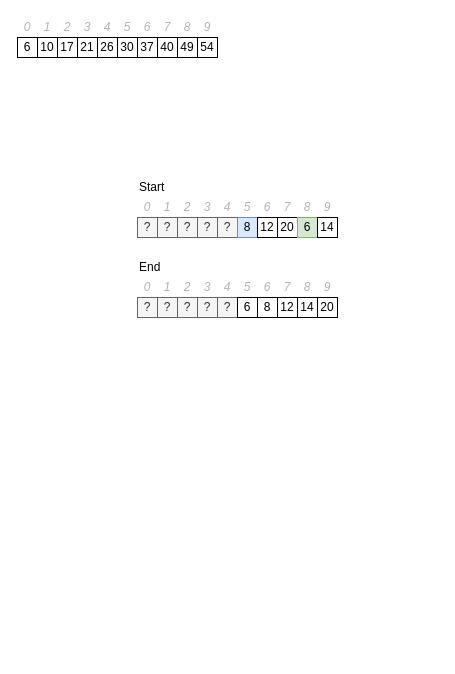
Above: external/images/searchSort.drawio in ascholerChemeketa/welcomeprogramming (draw.io), before the change. Source tidied: cells renumbered, new cells numbered last; positions are measured from the earlier drawing's top-left corner, leaving out a move shared by most shapes. Both pictures are drawn from the tidied source at 100%, with x=0, y=0 at pixel (17, 17).
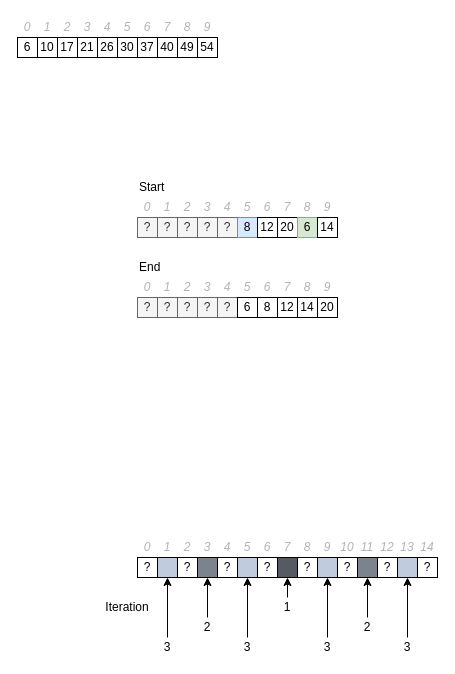
After the change.

The edit, as a diff of the source:
```diff
@@
+    <mxCell id="82" value="0" style="text;html=1;strokeColor=none;fillColor=none;align=center;verticalAlign=middle;whiteSpace=wrap;rounded=0;fontColor=#B3B3B3;fontStyle=2;" parent="1" vertex="1">
+      <mxGeometry x="120" y="520" width="20" height="20" as="geometry" />
+    </mxCell>
+    <mxCell id="83" value="2" style="text;html=1;strokeColor=none;fillColor=none;align=center;verticalAlign=middle;whiteSpace=wrap;rounded=0;fontColor=#B3B3B3;fontStyle=2;" parent="1" vertex="1">
+      <mxGeometry x="160" y="520" width="20" height="20" as="geometry" />
+    </mxCell>
+    <mxCell id="84" value="1" style="text;html=1;strokeColor=none;fillColor=none;align=center;verticalAlign=middle;whiteSpace=wrap;rounded=0;fontColor=#B3B3B3;fontStyle=2;" parent="1" vertex="1">
+      <mxGeometry x="140" y="520" width="20" height="20" as="geometry" />
+    </mxCell>
+    <mxCell id="85" value="3" style="text;html=1;strokeColor=none;fillColor=none;align=center;verticalAlign=middle;whiteSpace=wrap;rounded=0;fontColor=#B3B3B3;fontStyle=2;" parent="1" vertex="1">
+      <mxGeometry x="180" y="520" width="20" height="20" as="geometry" />
+    </mxCell>
+    <mxCell id="86" value="?" style="rounded=0;whiteSpace=wrap;html=1;fillColor=none;" parent="1" vertex="1">
+      <mxGeometry x="120" y="540" width="20" height="20" as="geometry" />
+    </mxCell>
+    <mxCell id="87" value="?" style="rounded=0;whiteSpace=wrap;html=1;fillColor=none;" parent="1" vertex="1">
+      <mxGeometry x="160" y="540" width="20" height="20" as="geometry" />
+    </mxCell>
+    <mxCell id="88" style="rounded=0;whiteSpace=wrap;html=1;fillColor=#C0CBDE;" parent="1" vertex="1">
+      <mxGeometry x="140" y="540" width="20" height="20" as="geometry" />
+    </mxCell>
+    <mxCell id="89" style="rounded=0;whiteSpace=wrap;html=1;fillColor=#7C838F;" parent="1" vertex="1">
+      <mxGeometry x="180" y="540" width="20" height="20" as="geometry" />
+    </mxCell>
+    <mxCell id="90" style="group;" parent="1" vertex="1">
+      <mxGeometry x="200" y="520" width="20" height="40" as="geometry" />
+    </mxCell>
+    <mxCell id="91" value="4" style="text;html=1;strokeColor=none;fillColor=none;align=center;verticalAlign=middle;whiteSpace=wrap;rounded=0;fontColor=#B3B3B3;fontStyle=2;" parent="90" vertex="1">
+      <mxGeometry width="20" height="20" as="geometry" />
+    </mxCell>
+    <mxCell id="92" value="?" style="rounded=0;whiteSpace=wrap;html=1;fillColor=none;" parent="90" vertex="1">
+      <mxGeometry y="20" width="20" height="20" as="geometry" />
+    </mxCell>
+    <mxCell id="93" style="group;" parent="1" vertex="1">
+      <mxGeometry x="220" y="520" width="20" height="40" as="geometry" />
+    </mxCell>
+    <mxCell id="94" value="5" style="text;html=1;strokeColor=none;fillColor=none;align=center;verticalAlign=middle;whiteSpace=wrap;rounded=0;fontColor=#B3B3B3;fontStyle=2;" parent="93" vertex="1">
+      <mxGeometry width="20" height="20" as="geometry" />
+    </mxCell>
+    <mxCell id="95" style="rounded=0;whiteSpace=wrap;html=1;fillColor=#C0CBDE;" parent="93" vertex="1">
+      <mxGeometry y="20" width="20" height="20" as="geometry" />
+    </mxCell>
+    <mxCell id="96" style="group;" parent="1" vertex="1">
+      <mxGeometry x="240" y="520" width="20" height="40" as="geometry" />
+    </mxCell>
+    <mxCell id="97" value="6" style="text;html=1;strokeColor=none;fillColor=none;align=center;verticalAlign=middle;whiteSpace=wrap;rounded=0;fontColor=#B3B3B3;fontStyle=2;" parent="96" vertex="1">
+      <mxGeometry width="20" height="20" as="geometry" />
+    </mxCell>
+    <mxCell id="98" value="?" style="rounded=0;whiteSpace=wrap;html=1;fillColor=none;" parent="96" vertex="1">
+      <mxGeometry y="20" width="20" height="20" as="geometry" />
+    </mxCell>
+    <mxCell id="99" style="group;" parent="1" vertex="1">
+      <mxGeometry x="260" y="520" width="20" height="40" as="geometry" />
+    </mxCell>
+    <mxCell id="100" value="7" style="text;html=1;strokeColor=none;fillColor=none;align=center;verticalAlign=middle;whiteSpace=wrap;rounded=0;fontColor=#B3B3B3;fontStyle=2;" parent="99" vertex="1">
+      <mxGeometry width="20" height="20" as="geometry" />
+    </mxCell>
+    <mxCell id="101" style="rounded=0;whiteSpace=wrap;html=1;fillColor=#565B63;strokeColor=#000000;" parent="99" vertex="1">
+      <mxGeometry y="20" width="20" height="20" as="geometry" />
+    </mxCell>
+    <mxCell id="102" style="group;" parent="1" vertex="1">
+      <mxGeometry x="280" y="520" width="20" height="40" as="geometry" />
+    </mxCell>
+    <mxCell id="103" value="8" style="text;html=1;strokeColor=none;fillColor=none;align=center;verticalAlign=middle;whiteSpace=wrap;rounded=0;fontColor=#B3B3B3;fontStyle=2;" parent="102" vertex="1">
+      <mxGeometry width="20" height="20" as="geometry" />
+    </mxCell>
+    <mxCell id="104" value="?" style="rounded=0;whiteSpace=wrap;html=1;fillColor=none;" parent="102" vertex="1">
+      <mxGeometry y="20" width="20" height="20" as="geometry" />
+    </mxCell>
+    <mxCell id="105" style="group;" parent="1" vertex="1">
+      <mxGeometry x="300" y="520" width="20" height="40" as="geometry" />
+    </mxCell>
+    <mxCell id="106" value="9" style="text;html=1;strokeColor=none;fillColor=none;align=center;verticalAlign=middle;whiteSpace=wrap;rounded=0;fontColor=#B3B3B3;fontStyle=2;" parent="105" vertex="1">
+      <mxGeometry width="20" height="20" as="geometry" />
+    </mxCell>
+    <mxCell id="107" style="rounded=0;whiteSpace=wrap;html=1;fillColor=#C0CBDE;" parent="105" vertex="1">
+      <mxGeometry y="20" width="20" height="20" as="geometry" />
+    </mxCell>
+    <mxCell id="108" style="group;" parent="1" vertex="1">
+      <mxGeometry x="320" y="520" width="20" height="40" as="geometry" />
+    </mxCell>
+    <mxCell id="109" value="10" style="text;html=1;strokeColor=none;fillColor=none;align=center;verticalAlign=middle;whiteSpace=wrap;rounded=0;fontColor=#B3B3B3;fontStyle=2;" parent="108" vertex="1">
+      <mxGeometry width="20" height="20" as="geometry" />
+    </mxCell>
+    <mxCell id="110" value="?" style="rounded=0;whiteSpace=wrap;html=1;fillColor=none;" parent="108" vertex="1">
+      <mxGeometry y="20" width="20" height="20" as="geometry" />
+    </mxCell>
+    <mxCell id="111" style="group;fillColor=default;" parent="1" vertex="1">
+      <mxGeometry x="340" y="520" width="20" height="40" as="geometry" />
+    </mxCell>
+    <mxCell id="112" value="11" style="text;html=1;strokeColor=none;fillColor=none;align=center;verticalAlign=middle;whiteSpace=wrap;rounded=0;fontColor=#B3B3B3;fontStyle=2;" parent="111" vertex="1">
+      <mxGeometry width="20" height="20" as="geometry" />
+    </mxCell>
+    <mxCell id="113" style="rounded=0;whiteSpace=wrap;html=1;fillColor=#7C838F;" parent="111" vertex="1">
+      <mxGeometry y="20" width="20" height="20" as="geometry" />
+    </mxCell>
+    <mxCell id="114" style="group;" parent="1" vertex="1">
+      <mxGeometry x="360" y="520" width="20" height="40" as="geometry" />
+    </mxCell>
+    <mxCell id="115" value="12" style="text;html=1;strokeColor=none;fillColor=none;align=center;verticalAlign=middle;whiteSpace=wrap;rounded=0;fontColor=#B3B3B3;fontStyle=2;" parent="114" vertex="1">
+      <mxGeometry width="20" height="20" as="geometry" />
+    </mxCell>
+    <mxCell id="116" value="?" style="rounded=0;whiteSpace=wrap;html=1;fillColor=none;" parent="114" vertex="1">
+      <mxGeometry y="20" width="20" height="20" as="geometry" />
+    </mxCell>
+    <mxCell id="117" style="group;" parent="1" vertex="1">
+      <mxGeometry x="380" y="520" width="20" height="40" as="geometry" />
+    </mxCell>
+    <mxCell id="118" value="13" style="text;html=1;strokeColor=none;fillColor=none;align=center;verticalAlign=middle;whiteSpace=wrap;rounded=0;fontColor=#B3B3B3;fontStyle=2;" parent="117" vertex="1">
+      <mxGeometry width="20" height="20" as="geometry" />
+    </mxCell>
+    <mxCell id="119" style="rounded=0;whiteSpace=wrap;html=1;fillColor=#C0CBDE;" parent="117" vertex="1">
+      <mxGeometry y="20" width="20" height="20" as="geometry" />
+    </mxCell>
+    <mxCell id="120" style="group;" parent="1" vertex="1">
+      <mxGeometry x="400" y="520" width="20" height="40" as="geometry" />
+    </mxCell>
+    <mxCell id="121" value="14" style="text;html=1;strokeColor=none;fillColor=none;align=center;verticalAlign=middle;whiteSpace=wrap;rounded=0;fontColor=#B3B3B3;fontStyle=2;" parent="120" vertex="1">
+      <mxGeometry width="20" height="20" as="geometry" />
+    </mxCell>
+    <mxCell id="122" value="?" style="rounded=0;whiteSpace=wrap;html=1;fillColor=none;" parent="120" vertex="1">
+      <mxGeometry y="20" width="20" height="20" as="geometry" />
+    </mxCell>
+    <mxCell id="123" style="endArrow=classic;html=1;rounded=0;entryX=0.5;entryY=1;entryDx=0;entryDy=0;" parent="1" edge="1" target="101">
+      <mxGeometry relative="1" as="geometry">
+        <mxPoint x="270" y="580" as="sourcePoint" />
+      </mxGeometry>
+    </mxCell>
+    <mxCell id="124" value="1" style="text;html=1;align=center;verticalAlign=middle;whiteSpace=wrap;rounded=0;" parent="1" vertex="1">
+      <mxGeometry x="260" y="580" width="20" height="20" as="geometry" />
+    </mxCell>
+    <mxCell id="125" style="endArrow=classic;html=1;rounded=0;entryX=0.5;entryY=1;entryDx=0;entryDy=0;exitX=0.5;exitY=0;exitDx=0;exitDy=0;" parent="1" edge="1" source="126">
+      <mxGeometry relative="1" as="geometry">
+        <mxPoint x="190" y="560" as="targetPoint" />
+      </mxGeometry>
+    </mxCell>
+    <mxCell id="126" value="2" style="text;html=1;align=center;verticalAlign=middle;whiteSpace=wrap;rounded=0;" parent="1" vertex="1">
+      <mxGeometry x="180" y="600" width="20" height="20" as="geometry" />
+    </mxCell>
+    <mxCell id="127" style="endArrow=classic;html=1;rounded=0;entryX=0.5;entryY=1;entryDx=0;entryDy=0;exitX=0.5;exitY=0;exitDx=0;exitDy=0;" parent="1" edge="1" source="128">
+      <mxGeometry relative="1" as="geometry">
+        <mxPoint x="350" y="560" as="targetPoint" />
+      </mxGeometry>
+    </mxCell>
+    <mxCell id="128" value="2" style="text;html=1;align=center;verticalAlign=middle;whiteSpace=wrap;rounded=0;" parent="1" vertex="1">
+      <mxGeometry x="340" y="600" width="20" height="20" as="geometry" />
+    </mxCell>
+    <mxCell id="129" style="endArrow=classic;html=1;rounded=0;entryX=0.5;entryY=1;entryDx=0;entryDy=0;exitX=0.5;exitY=0;exitDx=0;exitDy=0;" parent="1" edge="1" source="130">
+      <mxGeometry relative="1" as="geometry">
+        <mxPoint x="230" y="560" as="targetPoint" />
+      </mxGeometry>
+    </mxCell>
+    <mxCell id="130" value="3" style="text;html=1;align=center;verticalAlign=middle;whiteSpace=wrap;rounded=0;" parent="1" vertex="1">
+      <mxGeometry x="220" y="620" width="20" height="20" as="geometry" />
+    </mxCell>
+    <mxCell id="131" style="endArrow=classic;html=1;rounded=0;entryX=0.5;entryY=1;entryDx=0;entryDy=0;exitX=0.5;exitY=0;exitDx=0;exitDy=0;" parent="1" edge="1" source="132">
+      <mxGeometry relative="1" as="geometry">
+        <mxPoint x="150" y="560" as="targetPoint" />
+      </mxGeometry>
+    </mxCell>
+    <mxCell id="132" value="3" style="text;html=1;align=center;verticalAlign=middle;whiteSpace=wrap;rounded=0;" parent="1" vertex="1">
+      <mxGeometry x="140" y="620" width="20" height="20" as="geometry" />
+    </mxCell>
+    <mxCell id="133" style="endArrow=classic;html=1;rounded=0;entryX=0.5;entryY=1;entryDx=0;entryDy=0;exitX=0.5;exitY=0;exitDx=0;exitDy=0;" parent="1" edge="1" source="134">
+      <mxGeometry relative="1" as="geometry">
+        <mxPoint x="310" y="560" as="targetPoint" />
+      </mxGeometry>
+    </mxCell>
+    <mxCell id="134" value="3" style="text;html=1;align=center;verticalAlign=middle;whiteSpace=wrap;rounded=0;" parent="1" vertex="1">
+      <mxGeometry x="300" y="620" width="20" height="20" as="geometry" />
+    </mxCell>
+    <mxCell id="135" style="endArrow=classic;html=1;rounded=0;entryX=0.5;entryY=1;entryDx=0;entryDy=0;exitX=0.5;exitY=0;exitDx=0;exitDy=0;" parent="1" edge="1" source="136">
+      <mxGeometry relative="1" as="geometry">
+        <mxPoint x="390" y="560" as="targetPoint" />
+      </mxGeometry>
+    </mxCell>
+    <mxCell id="136" value="3" style="text;html=1;align=center;verticalAlign=middle;whiteSpace=wrap;rounded=0;" parent="1" vertex="1">
+      <mxGeometry x="380" y="620" width="20" height="20" as="geometry" />
+    </mxCell>
+    <mxCell id="137" value="Iteration" style="text;html=1;align=center;verticalAlign=middle;whiteSpace=wrap;rounded=0;" parent="1" vertex="1">
+      <mxGeometry x="80" y="575" width="60" height="30" as="geometry" />
+    </mxCell>
```
